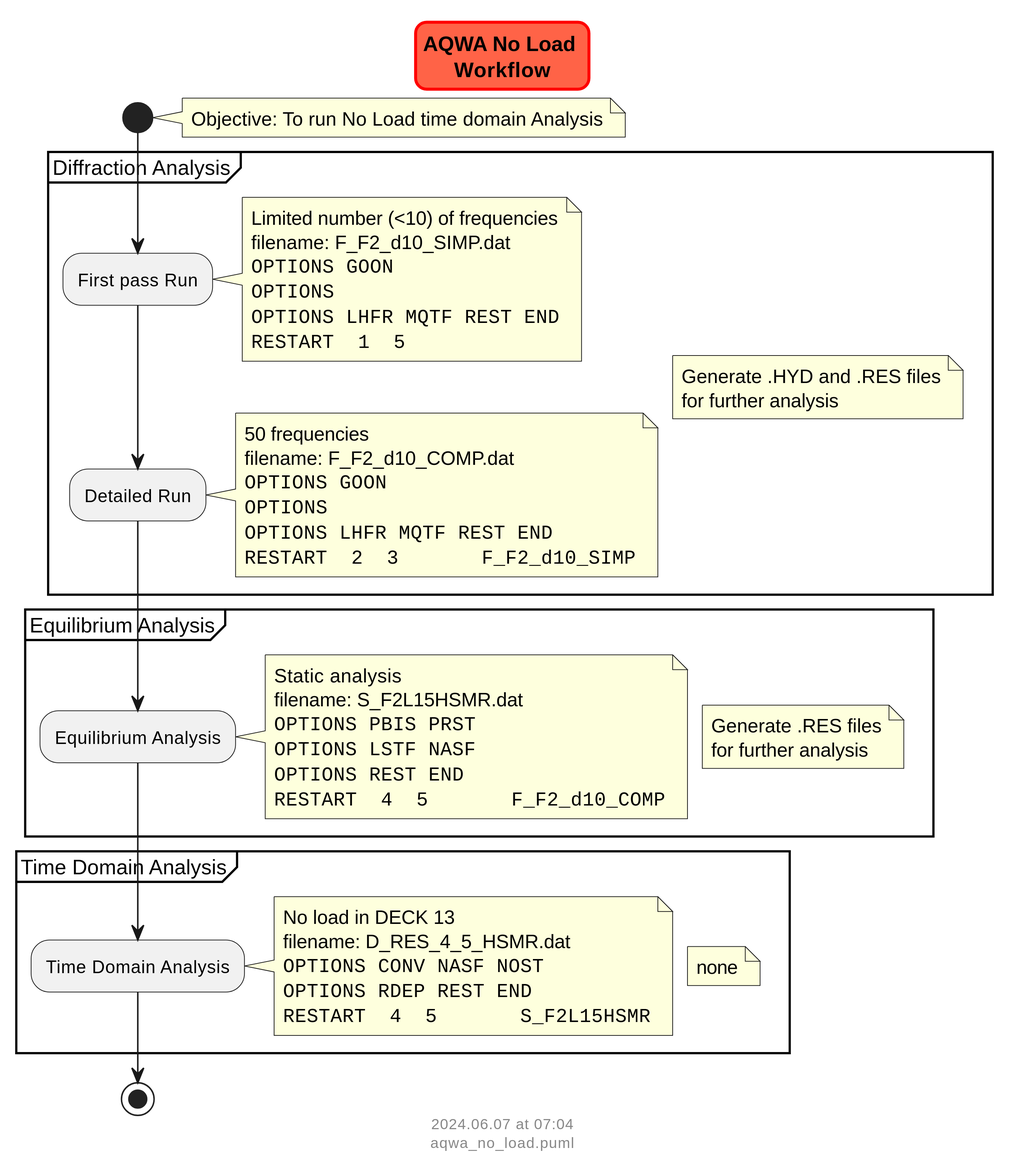
Before: docs/pkg_ansys/aqwa/flowcharts/aqwa_no_load.svg, a diagram exported from PlantUML (vamseeachanta/digitalmodel). Source of this version:
```plantuml
@startuml
scale 3
skinparam titleBorderRoundCorner 15
skinparam titleBorderThickness 2
skinparam titleBorderColor red
skinparam titleBackgroundColor Tomato


title AQWA No Load \nWorkflow


start

    note right
        Objective: To run No Load time domain Analysis
    end note

    partition "Diffraction Analysis" {
            note right
            Generate .HYD and .RES files
            for further analysis
            end note

        :First pass Run;
            note right
                Limited number (<10) of frequencies
                filename: F_F2_d10_SIMP.dat
                <code>
                OPTIONS GOON
                OPTIONS
                OPTIONS LHFR MQTF REST END
                RESTART  1  5
                </code>
            end note

        :Detailed Run;
            note right
                50 frequencies
                filename: F_F2_d10_COMP.dat
                <code>
                OPTIONS GOON
                OPTIONS
                OPTIONS LHFR MQTF REST END
                RESTART  2  3       F_F2_d10_SIMP
                </code>
            end note

    }

    partition "Equilibrium Analysis" {
            note right
            Generate .RES files
            for further analysis
            end note

        :Equilibrium Analysis;
            note right
                Static analysis
                filename: S_F2L15HSMR.dat
                <code>
                OPTIONS PBIS PRST
                OPTIONS LSTF NASF
                OPTIONS REST END
                RESTART  4  5       F_F2_d10_COMP
                </code>
            end note

    }

    partition "Time Domain Analysis" {
            note right
            none
            end note

        :Time Domain Analysis;
            note right
                No load in DECK 13
                filename: D_RES_4_5_HSMR.dat
                <code>
                OPTIONS CONV NASF NOST
                OPTIONS RDEP REST END
                RESTART  4  5       S_F2L15HSMR
                </code>
            end note

    }

stop

footer
%date("yyyy.MM.dd' at 'HH:mm")
%filename()
end footer
@enduml
```
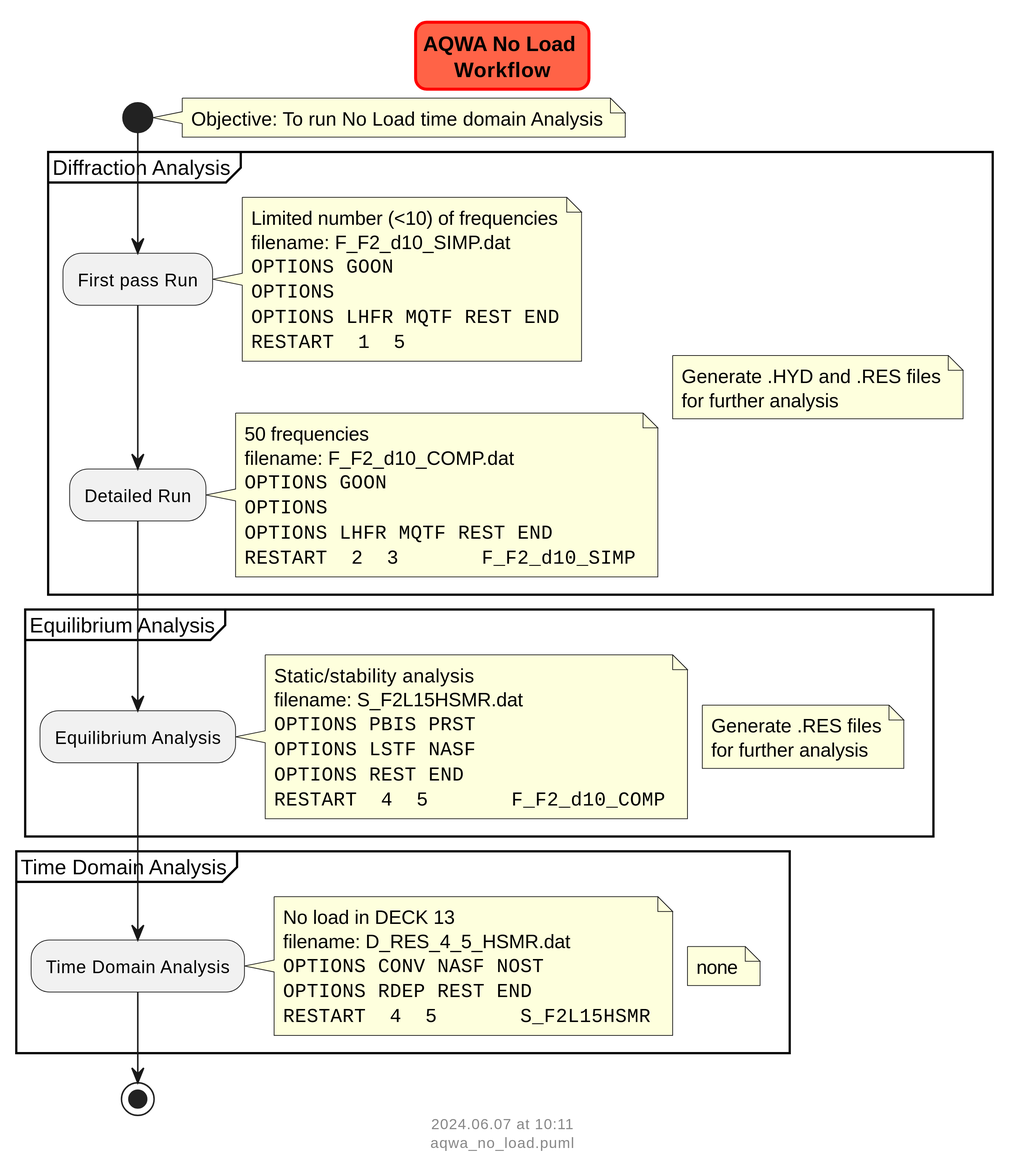
Above is the later version.

The edit, as a diff of the source:
```diff
@@ -55,7 +55,7 @@
 
         :Equilibrium Analysis;
             note right
-                Static analysis
+                Static/stability analysis
                 filename: S_F2L15HSMR.dat
                 <code>
                 OPTIONS PBIS PRST
```
